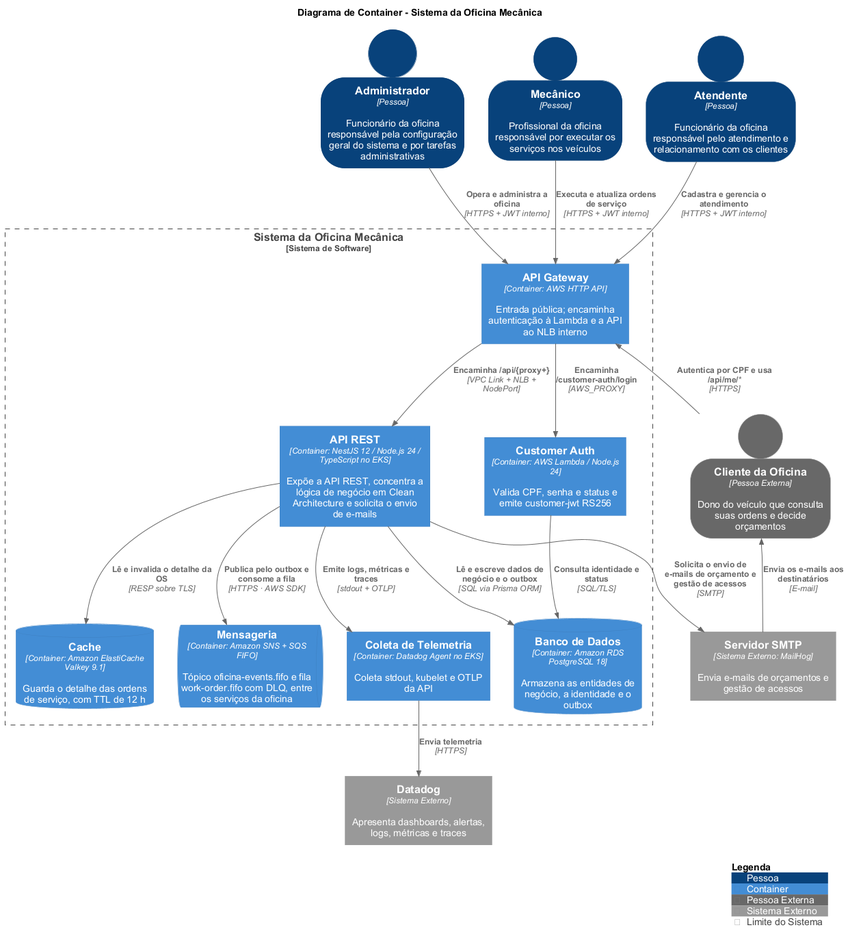
Above: docs/c4/images/c4-container.png in FIAP-15SOAT/oficina-mecanica-work-order-service (PlantUML), before the change. Its diagram source:
```plantuml
@startuml c4-container
!include lib/C4-PlantUML/C4_Container.puml

!$LEGEND_TITLE_TEXT = "Legenda"
UpdateElementStyle("person", $legendText="Pessoa")
UpdateElementStyle("external_person", $legendText="Pessoa Externa")
UpdateElementStyle("container", $legendText="Container")
UpdateElementStyle("external_system", $legendText="Sistema Externo")
UpdateBoundaryStyle("system", $type="Sistema de Software", $legendText="Limite do Sistema")

SHOW_ELEMENT_TYPE($hidePersonType="false")
SHOW_PERSON_OUTLINE()
skinparam defaultFontName Arial

title Diagrama de Container - Sistema da Oficina Mecânica

Person(admin, "Administrador", "Funcionário da oficina responsável pela configuração geral do sistema e por tarefas administrativas")
Person(mecanico, "Mecânico", "Profissional da oficina responsável por executar os serviços nos veículos")
Person(atendente, "Atendente", "Funcionário da oficina responsável pelo atendimento e relacionamento com os clientes")
Person_Ext(cliente, "Cliente da Oficina", "Dono do veículo que consulta suas ordens e decide orçamentos")

System_Boundary(oficina, "Sistema da Oficina Mecânica") {
    Container(gateway, "API Gateway", "AWS HTTP API", "Entrada pública; encaminha autenticação à Lambda e a API ao NLB interno")
    Container(api, "API REST", "NestJS 12 / Node.js 24 / TypeScript no EKS", "Expõe a API REST, concentra a lógica de negócio em Clean Architecture e solicita o envio de e-mails")
    Container(auth, "Customer Auth", "AWS Lambda / Node.js 24", "Valida CPF, senha e status e emite customer-jwt RS256")
    Container(agent, "Coleta de Telemetria", "Datadog Agent no EKS", "Coleta stdout, kubelet e OTLP da API")
    ContainerDb(postgres, "Banco de Dados", "Amazon RDS PostgreSQL 18", "Armazena as entidades de negócio, a identidade e o outbox")
    ContainerDb(cache, "Cache", "Amazon ElastiCache Valkey 9.1", "Guarda o detalhe das ordens de serviço, com TTL de 12 h")
    ContainerQueue(messaging, "Mensageria", "Amazon SNS + SQS FIFO", "Tópico oficina-events.fifo e fila work-order.fifo com DLQ, entre os serviços da oficina")
}

System_Ext(datadog, "Datadog", "Apresenta dashboards, alertas, logs, métricas e traces")
System_Ext(smtp, "Servidor SMTP", "Envia e-mails de orçamentos e gestão de acessos", $type="MailHog")

Rel(admin, gateway, "Opera e administra a oficina", "HTTPS + JWT interno")
Rel(mecanico, gateway, "Executa e atualiza ordens de serviço", "HTTPS + JWT interno")
Rel(atendente, gateway, "Cadastra e gerencia o atendimento", "HTTPS + JWT interno")
Rel_U(cliente, gateway, "Autentica por CPF e usa /api/me/*", "HTTPS")

Rel(gateway, api, "Encaminha /api/{proxy+}", "VPC Link + NLB + NodePort")
Rel(gateway, auth, "Encaminha /customer-auth/login", "AWS_PROXY")

Rel(api, postgres, "Lê e escreve dados de negócio e o outbox", "SQL via Prisma ORM")
Rel(api, cache, "Lê e invalida o detalhe da OS", "RESP sobre TLS")
Rel(api, messaging, "Publica pelo outbox e consome a fila", "HTTPS · AWS SDK")
Rel(auth, postgres, "Consulta identidade e status", "SQL/TLS")
Rel(api, agent, "Emite logs, métricas e traces", "stdout + OTLP")
Rel(agent, datadog, "Envia telemetria", "HTTPS")
Rel(api, smtp, "Solicita o envio de e-mails de orçamento e gestão de acessos", "SMTP")
Rel_U(smtp, cliente, "Envia os e-mails aos destinatários", "E-mail")

SHOW_LEGEND()
@enduml
```
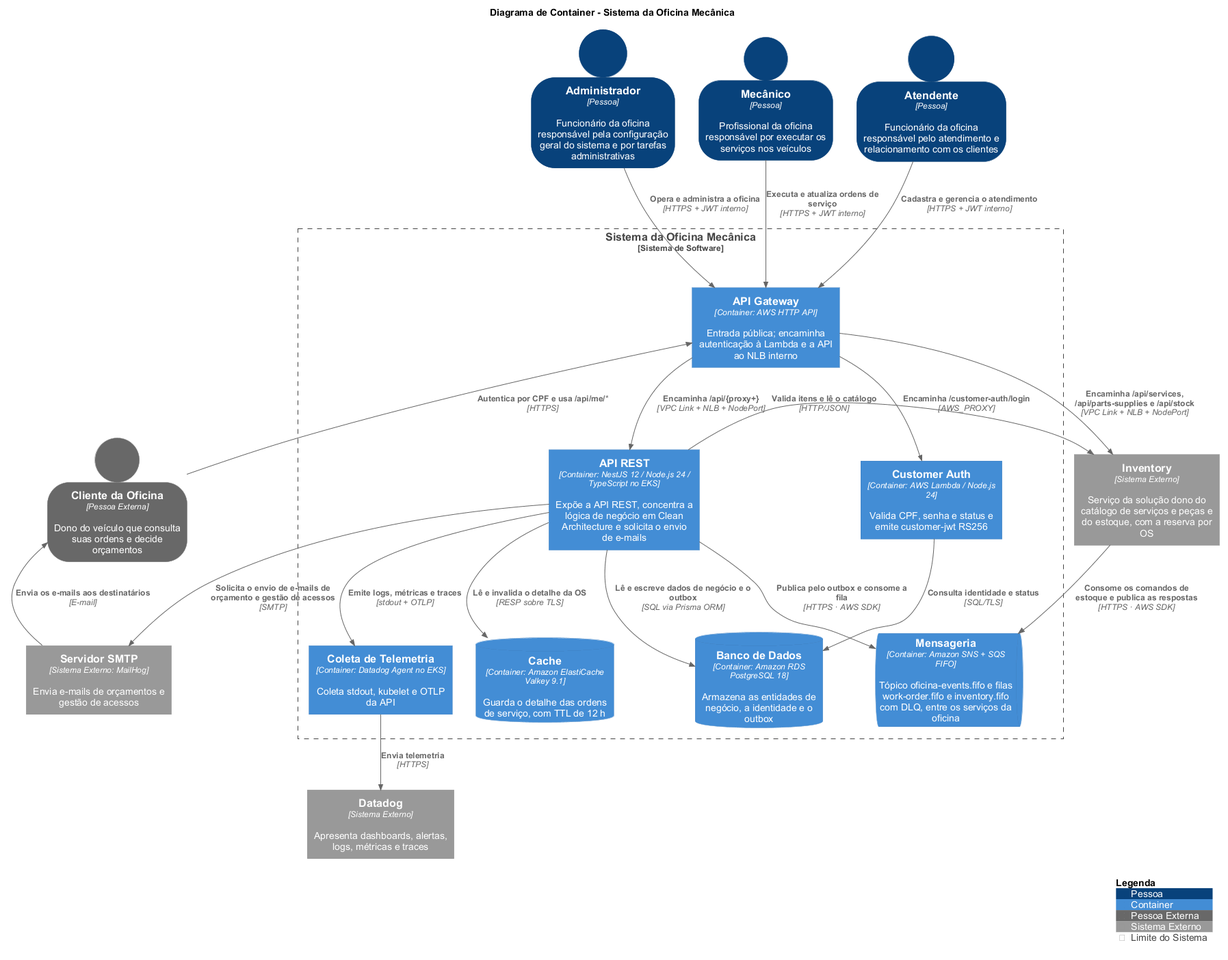
The same diagram one commit later.

The edit, as a diff of the source:
```diff
@@ -1,5 +1,5 @@
 @startuml c4-container
-!include lib/C4-PlantUML/C4_Container.puml
+!include https://raw.githubusercontent.com/plantuml-stdlib/C4-PlantUML/v2.14.0/C4_Container.puml
 
 !$LEGEND_TITLE_TEXT = "Legenda"
 UpdateElementStyle("person", $legendText="Pessoa")
@@ -26,9 +26,10 @@
     Container(agent, "Coleta de Telemetria", "Datadog Agent no EKS", "Coleta stdout, kubelet e OTLP da API")
     ContainerDb(postgres, "Banco de Dados", "Amazon RDS PostgreSQL 18", "Armazena as entidades de negócio, a identidade e o outbox")
     ContainerDb(cache, "Cache", "Amazon ElastiCache Valkey 9.1", "Guarda o detalhe das ordens de serviço, com TTL de 12 h")
-    ContainerQueue(messaging, "Mensageria", "Amazon SNS + SQS FIFO", "Tópico oficina-events.fifo e fila work-order.fifo com DLQ, entre os serviços da oficina")
+    ContainerQueue(messaging, "Mensageria", "Amazon SNS + SQS FIFO", "Tópico oficina-events.fifo e filas work-order.fifo e inventory.fifo com DLQ, entre os serviços da oficina")
 }
 
+System_Ext(inventory, "Inventory", "Serviço da solução dono do catálogo de serviços e peças e do estoque, com a reserva por OS")
 System_Ext(datadog, "Datadog", "Apresenta dashboards, alertas, logs, métricas e traces")
 System_Ext(smtp, "Servidor SMTP", "Envia e-mails de orçamentos e gestão de acessos", $type="MailHog")
 
@@ -39,10 +40,13 @@
 
 Rel(gateway, api, "Encaminha /api/{proxy+}", "VPC Link + NLB + NodePort")
 Rel(gateway, auth, "Encaminha /customer-auth/login", "AWS_PROXY")
+Rel(gateway, inventory, "Encaminha /api/services, /api/parts-supplies e /api/stock", "VPC Link + NLB + NodePort")
 
 Rel(api, postgres, "Lê e escreve dados de negócio e o outbox", "SQL via Prisma ORM")
 Rel(api, cache, "Lê e invalida o detalhe da OS", "RESP sobre TLS")
 Rel(api, messaging, "Publica pelo outbox e consome a fila", "HTTPS · AWS SDK")
+Rel(api, inventory, "Valida itens e lê o catálogo", "HTTP/JSON")
+Rel(inventory, messaging, "Consome os comandos de estoque e publica as respostas", "HTTPS · AWS SDK")
 Rel(auth, postgres, "Consulta identidade e status", "SQL/TLS")
 Rel(api, agent, "Emite logs, métricas e traces", "stdout + OTLP")
 Rel(agent, datadog, "Envia telemetria", "HTTPS")
```
